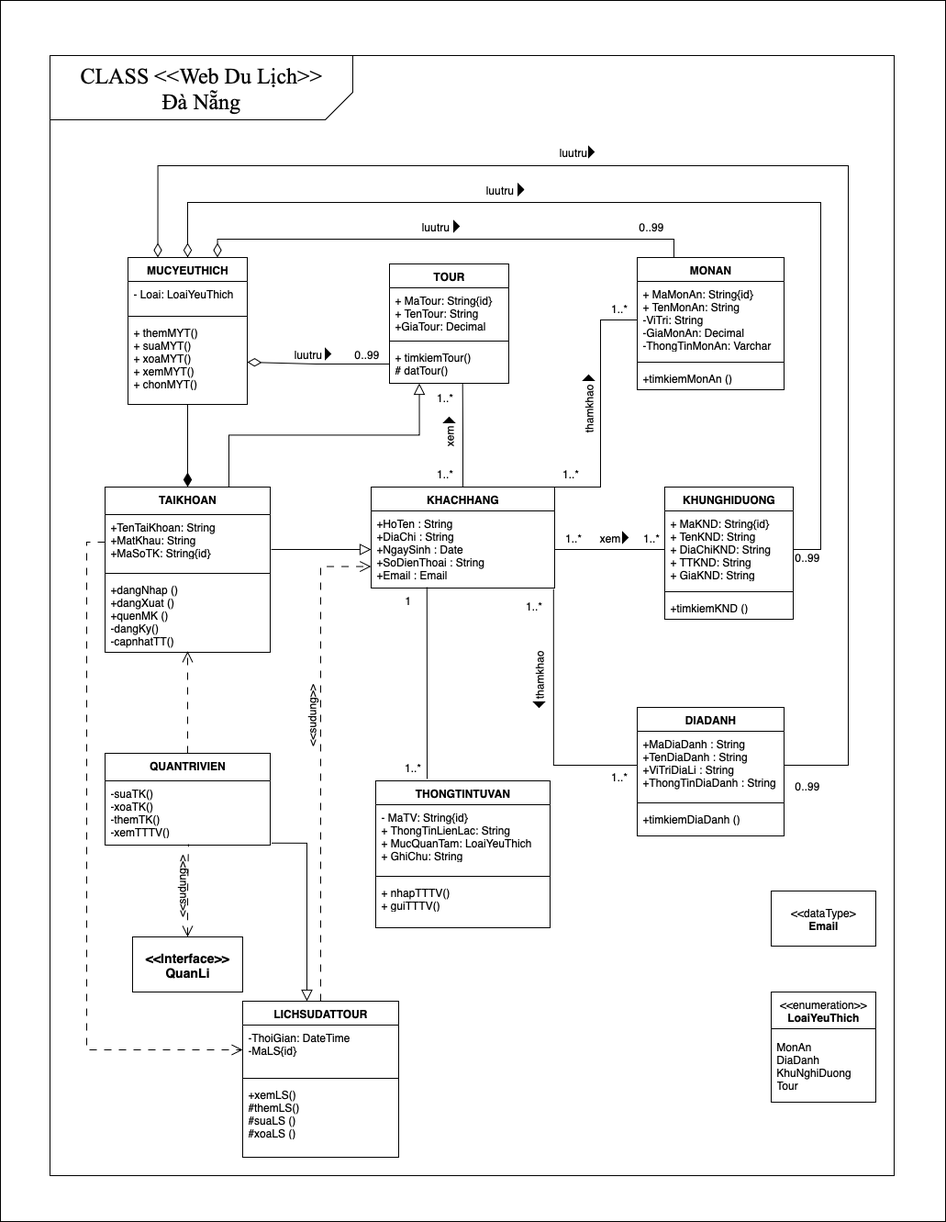
Above: CLASS DIAGRAM.drawio.png in MinhCaoPC/DOAN (draw.io), before the change. Source tidied: cells renumbered, new cells last; positions are measured from the earlier drawing's top-left corner, leaving out a move shared by most shapes.
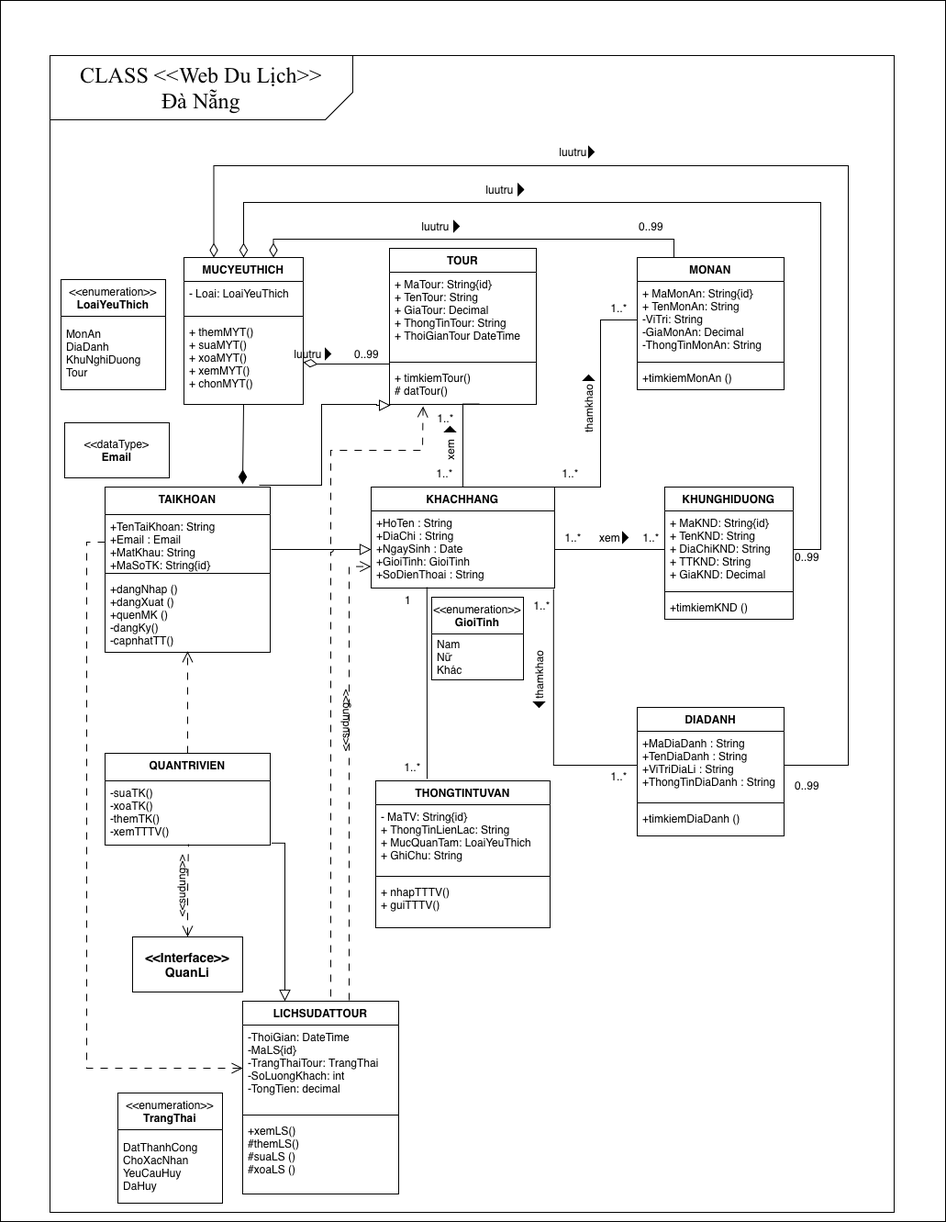
After the commit.

What changed in the source:
```diff
@@ -8,9 +8,16 @@
     <mxCell id="3" style="rounded=0;whiteSpace=wrap;html=1;" parent="1" vertex="1">
-      <mxGeometry x="54" y="60" width="920" height="1220" as="geometry" />
+      <mxGeometry x="54" y="60" width="920" height="1260" as="geometry" />
     </mxCell>
-    <mxCell id="4" style="edgeStyle=orthogonalEdgeStyle;rounded=0;jettySize=auto;html=1;exitX=0.5;exitY=0;exitDx=0;exitDy=0;entryX=0.5;entryY=1;entryDx=0;entryDy=0;endArrow=none;endFill=0;endSize=10;startArrow=diamondThin;startFill=1;startSize=13;" parent="1" edge="1" source="6" target="31">
+    <mxCell id="4" style="rounded=0;jettySize=auto;html=1;exitX=0.833;exitY=-0.017;exitDx=0;exitDy=0;entryX=0.5;entryY=1;entryDx=0;entryDy=0;endArrow=none;endFill=0;endSize=10;startArrow=diamondThin;startFill=1;startSize=13;exitPerimeter=0;" parent="1" edge="1" source="6" target="31">
       <mxGeometry relative="1" as="geometry" />
     </mxCell>
-    <mxCell id="5" style="edgeStyle=orthogonalEdgeStyle;rounded=0;jettySize=auto;html=1;exitX=0.75;exitY=0;exitDx=0;exitDy=0;entryX=0.25;entryY=1;entryDx=0;entryDy=0;endArrow=block;endFill=0;endSize=10;" parent="1" edge="1" source="6" target="35">
-      <mxGeometry relative="1" as="geometry" />
+    <mxCell id="5" style="edgeStyle=orthogonalEdgeStyle;rounded=0;jettySize=auto;html=1;exitX=0.933;exitY=-0.011;exitDx=0;exitDy=0;entryX=0.007;entryY=1.024;entryDx=0;entryDy=0;endArrow=block;endFill=0;endSize=10;exitPerimeter=0;entryPerimeter=0;" parent="1" edge="1" source="6" target="38">
+      <mxGeometry relative="1" as="geometry">
+        <Array as="points">
+          <mxPoint x="350" y="528" />
+          <mxPoint x="350" y="440" />
+          <mxPoint x="410" y="440" />
+          <mxPoint x="410" y="441" />
+        </Array>
+      </mxGeometry>
     </mxCell>
@@ -19,3 +26,3 @@
     </mxCell>
-    <mxCell id="7" value="&lt;div&gt;+TenTaiKhoan: String&lt;div&gt;+MatKhau: String&lt;/div&gt;&lt;div&gt;+MaSoTK: String{id}&lt;/div&gt;&lt;/div&gt;" style="text;strokeColor=none;fillColor=none;align=left;verticalAlign=top;spacingLeft=4;spacingRight=4;overflow=hidden;points=[[0,0.5],[1,0.5]];portConstraint=eastwest;whiteSpace=wrap;html=1;" parent="6" vertex="1">
+    <mxCell id="7" value="&lt;div&gt;+TenTaiKhoan: String&lt;/div&gt;&lt;div&gt;+Email : Email&lt;br&gt;&lt;div&gt;+MatKhau: String&lt;/div&gt;&lt;div&gt;+MaSoTK: String{id}&lt;/div&gt;&lt;/div&gt;" style="text;strokeColor=none;fillColor=none;align=left;verticalAlign=top;spacingLeft=4;spacingRight=4;overflow=hidden;points=[[0,0.5],[1,0.5]];portConstraint=eastwest;whiteSpace=wrap;html=1;" parent="6" vertex="1">
       <mxGeometry y="30" width="180" height="60" as="geometry" />
@@ -51,3 +58,3 @@
     </mxCell>
-    <mxCell id="16" value="+HoTen : String&lt;div&gt;+DiaChi : String&lt;/div&gt;&lt;div&gt;+NgaySinh : Date&lt;/div&gt;&lt;div&gt;+SoDienThoai : String&lt;/div&gt;&lt;div&gt;&lt;span style=&quot;background-color: transparent; color: light-dark(rgb(0, 0, 0), rgb(255, 255, 255));&quot;&gt;+Email : Email&lt;/span&gt;&lt;/div&gt;" style="text;strokeColor=none;fillColor=none;align=left;verticalAlign=top;spacingLeft=4;spacingRight=4;overflow=hidden;points=[[0,0.5],[1,0.5]];portConstraint=eastwest;whiteSpace=wrap;html=1;" parent="15" vertex="1">
+    <mxCell id="16" value="+HoTen : String&lt;div&gt;+DiaChi : String&lt;/div&gt;&lt;div&gt;+NgaySinh : Date&lt;/div&gt;&lt;div&gt;+GioiTinh: GioiTinh&lt;/div&gt;&lt;div&gt;+SoDienThoai : String&lt;/div&gt;&lt;div&gt;&lt;br&gt;&lt;/div&gt;" style="text;strokeColor=none;fillColor=none;align=left;verticalAlign=top;spacingLeft=4;spacingRight=4;overflow=hidden;points=[[0,0.5],[1,0.5]];portConstraint=eastwest;whiteSpace=wrap;html=1;" parent="15" vertex="1">
       <mxGeometry y="26" width="200" height="84" as="geometry" />
@@ -57,3 +64,3 @@
     </mxCell>
-    <mxCell id="18" value="+ MaKND: String{id}&lt;div&gt;+ TenKND: String&lt;/div&gt;&lt;div&gt;+ DiaChiKND: String&amp;nbsp;&lt;/div&gt;&lt;div&gt;+ TTKND: String&lt;/div&gt;&lt;div&gt;+ GiaKND: String&amp;nbsp;&lt;/div&gt;" style="text;strokeColor=none;fillColor=none;align=left;verticalAlign=top;spacingLeft=4;spacingRight=4;overflow=hidden;points=[[0,0.5],[1,0.5]];portConstraint=eastwest;whiteSpace=wrap;html=1;" parent="17" vertex="1">
+    <mxCell id="18" value="+ MaKND: String{id}&lt;div&gt;+ TenKND: String&lt;/div&gt;&lt;div&gt;+ DiaChiKND: String&amp;nbsp;&lt;/div&gt;&lt;div&gt;+ TTKND: String&lt;/div&gt;&lt;div&gt;+ GiaKND: Decimal&amp;nbsp;&lt;/div&gt;" style="text;strokeColor=none;fillColor=none;align=left;verticalAlign=top;spacingLeft=4;spacingRight=4;overflow=hidden;points=[[0,0.5],[1,0.5]];portConstraint=eastwest;whiteSpace=wrap;html=1;" parent="17" vertex="1">
       <mxGeometry y="26" width="140" height="84" as="geometry" />
@@ -81,3 +88,3 @@
     </mxCell>
-    <mxCell id="26" value="+ MaMonAn: String{id}&lt;div&gt;+ TenMonAn: String&lt;/div&gt;&lt;div&gt;-ViTri: String&lt;/div&gt;&lt;div&gt;-GiaMonAn: Decimal&lt;/div&gt;&lt;div&gt;-ThongTinMonAn: Varchar&lt;/div&gt;" style="text;strokeColor=none;fillColor=none;align=left;verticalAlign=top;spacingLeft=4;spacingRight=4;overflow=hidden;points=[[0,0.5],[1,0.5]];portConstraint=eastwest;whiteSpace=wrap;html=1;" parent="25" vertex="1">
+    <mxCell id="26" value="+ MaMonAn: String{id}&lt;div&gt;+ TenMonAn: String&lt;/div&gt;&lt;div&gt;-ViTri: String&lt;/div&gt;&lt;div&gt;-GiaMonAn: Decimal&lt;/div&gt;&lt;div&gt;-ThongTinMonAn: String&lt;/div&gt;" style="text;strokeColor=none;fillColor=none;align=left;verticalAlign=top;spacingLeft=4;spacingRight=4;overflow=hidden;points=[[0,0.5],[1,0.5]];portConstraint=eastwest;whiteSpace=wrap;html=1;" parent="25" vertex="1">
       <mxGeometry y="26" width="160" height="84" as="geometry" />
@@ -93,3 +100,3 @@
         <Array as="points">
-          <mxPoint x="204" y="220" />
+          <mxPoint x="265" y="220" />
           <mxPoint x="894" y="220" />
@@ -102,3 +109,3 @@
         <Array as="points">
-          <mxPoint x="172" y="180" />
+          <mxPoint x="233" y="180" />
           <mxPoint x="924" y="180" />
@@ -109,3 +116,3 @@
     <mxCell id="31" value="MUCYEUTHICH" style="swimlane;fontStyle=1;align=center;verticalAlign=top;horizontal=1;startSize=26;whiteSpace=wrap;html=1;" parent="1" vertex="1">
-      <mxGeometry x="139" y="280" width="130" height="160" as="geometry" />
+      <mxGeometry x="200" y="280" width="130" height="160" as="geometry" />
     </mxCell>
@@ -121,24 +128,24 @@
     <mxCell id="35" value="TOUR" style="swimlane;fontStyle=1;align=center;verticalAlign=top;horizontal=1;startSize=26;whiteSpace=wrap;html=1;" parent="1" vertex="1">
-      <mxGeometry x="424" y="287" width="130" height="130" as="geometry" />
+      <mxGeometry x="424" y="270" width="160" height="170" as="geometry" />
     </mxCell>
-    <mxCell id="36" value="+ MaTour: String{id}&lt;div&gt;+ TenTour: String&lt;/div&gt;&lt;div&gt;+GiaTour: Decimal&lt;/div&gt;" style="text;strokeColor=none;fillColor=none;align=left;verticalAlign=top;spacingLeft=4;spacingRight=4;overflow=hidden;whiteSpace=wrap;html=1;" parent="35" vertex="1">
-      <mxGeometry y="26" width="130" height="54" as="geometry" />
+    <mxCell id="36" value="+ MaTour: String{id}&lt;div&gt;+ TenTour: String&lt;/div&gt;&lt;div&gt;+ GiaTour: Decimal&lt;/div&gt;&lt;div&gt;+ ThongTinTour: String&lt;/div&gt;&lt;div&gt;+ ThoiGianTour DateTime&lt;/div&gt;&lt;div&gt;&lt;br&gt;&lt;/div&gt;" style="text;strokeColor=none;fillColor=none;align=left;verticalAlign=top;spacingLeft=4;spacingRight=4;overflow=hidden;whiteSpace=wrap;html=1;" parent="35" vertex="1">
+      <mxGeometry y="26" width="160" height="94" as="geometry" />
     </mxCell>
     <mxCell id="37" style="line;strokeWidth=1;fillColor=none;align=left;verticalAlign=middle;spacingTop=-1;spacingLeft=3;spacingRight=3;labelPosition=right;strokeColor=inherit;" parent="35" vertex="1">
-      <mxGeometry y="80" width="130" height="8" as="geometry" />
+      <mxGeometry y="120" width="160" height="8" as="geometry" />
     </mxCell>
     <mxCell id="38" value="+ timkiemTour()&lt;div&gt;# datTour()&lt;/div&gt;" style="text;strokeColor=none;fillColor=none;align=left;verticalAlign=top;spacingLeft=4;spacingRight=4;overflow=hidden;points=[[0,0.5],[1,0.5]];portConstraint=eastwest;whiteSpace=wrap;html=1;" parent="35" vertex="1">
-      <mxGeometry y="88" width="130" height="42" as="geometry" />
+      <mxGeometry y="128" width="160" height="42" as="geometry" />
     </mxCell>
     <mxCell id="39" value="LICHSUDATTOUR" style="swimlane;fontStyle=1;align=center;verticalAlign=top;horizontal=1;startSize=26;whiteSpace=wrap;html=1;" parent="1" vertex="1">
-      <mxGeometry x="264" y="1090" width="170" height="170" as="geometry" />
+      <mxGeometry x="264" y="1090" width="170" height="210" as="geometry" />
     </mxCell>
-    <mxCell id="40" value="-ThoiGian: DateTime&lt;br&gt;&lt;div&gt;-MaLS{id}&lt;/div&gt;" style="text;strokeColor=none;fillColor=none;align=left;verticalAlign=top;spacingLeft=4;spacingRight=4;overflow=hidden;points=[[0,0.5],[1,0.5]];portConstraint=eastwest;whiteSpace=wrap;html=1;" parent="39" vertex="1">
-      <mxGeometry y="26" width="170" height="54" as="geometry" />
+    <mxCell id="40" value="-ThoiGian: DateTime&lt;br&gt;&lt;div&gt;-MaLS{id}&lt;/div&gt;&lt;div&gt;-TrangThaiTour: TrangThai&lt;/div&gt;&lt;div&gt;-SoLuongKhach: int&lt;/div&gt;&lt;div&gt;-TongTien: decimal&lt;/div&gt;&lt;div&gt;&lt;br&gt;&lt;/div&gt;&lt;div&gt;&lt;br&gt;&lt;/div&gt;" style="text;strokeColor=none;fillColor=none;align=left;verticalAlign=top;spacingLeft=4;spacingRight=4;overflow=hidden;points=[[0,0.5],[1,0.5]];portConstraint=eastwest;whiteSpace=wrap;html=1;" parent="39" vertex="1">
+      <mxGeometry y="26" width="170" height="94" as="geometry" />
     </mxCell>
     <mxCell id="41" style="line;strokeWidth=1;fillColor=none;align=left;verticalAlign=middle;spacingTop=-1;spacingLeft=3;spacingRight=3;labelPosition=right;strokeColor=inherit;" parent="39" vertex="1">
-      <mxGeometry y="80" width="170" height="8" as="geometry" />
+      <mxGeometry y="120" width="170" height="8" as="geometry" />
     </mxCell>
     <mxCell id="42" value="&lt;div&gt;+xemLS()&lt;/div&gt;#themLS()&lt;div&gt;#suaLS ()&lt;/div&gt;&lt;div&gt;#xoaLS ()&lt;/div&gt;" style="text;strokeColor=none;fillColor=none;align=left;verticalAlign=top;spacingLeft=4;spacingRight=4;overflow=hidden;whiteSpace=wrap;html=1;" parent="39" vertex="1">
-      <mxGeometry y="88" width="170" height="82" as="geometry" />
+      <mxGeometry y="128" width="170" height="82" as="geometry" />
     </mxCell>
@@ -167,3 +174,7 @@
     <mxCell id="48" style="edgeStyle=orthogonalEdgeStyle;rounded=0;jettySize=auto;html=1;exitX=0.5;exitY=0;exitDx=0;exitDy=0;entryX=0.613;entryY=0.99;entryDx=0;entryDy=0;entryPerimeter=0;endArrow=none;endFill=0;" parent="1" edge="1" source="15" target="38">
-      <mxGeometry relative="1" as="geometry" />
+      <mxGeometry relative="1" as="geometry">
+        <Array as="points">
+          <mxPoint x="504" y="440" />
+        </Array>
+      </mxGeometry>
     </mxCell>
@@ -179,3 +190,3 @@
     </mxCell>
-    <mxCell id="51" style="rounded=0;jettySize=auto;html=1;exitX=1;exitY=0.5;exitDx=0;exitDy=0;entryX=0;entryY=0.5;entryDx=0;entryDy=0;endArrow=none;endFill=0;startArrow=diamondThin;startFill=0;startSize=13;endSize=5;" parent="1" edge="1" source="34" target="38">
+    <mxCell id="51" style="rounded=0;jettySize=auto;html=1;exitX=1;exitY=0.5;exitDx=0;exitDy=0;entryX=-0.002;entryY=-0.048;entryDx=0;entryDy=0;endArrow=none;endFill=0;startArrow=diamondThin;startFill=0;startSize=13;endSize=5;entryPerimeter=0;" parent="1" edge="1" source="34" target="38">
       <mxGeometry relative="1" as="geometry">
@@ -188,6 +199,6 @@
       <mxGeometry relative="1" as="geometry">
-        <mxPoint x="334" y="1090" as="targetPoint" />
+        <mxPoint x="310" y="1090" as="targetPoint" />
         <Array as="points">
-          <mxPoint x="334" y="918" />
-          <mxPoint x="334" y="1090" />
+          <mxPoint x="310" y="918" />
+          <mxPoint x="310" y="1090" />
         </Array>
@@ -208,3 +219,8 @@
     <mxCell id="57" style="edgeStyle=orthogonalEdgeStyle;rounded=0;jettySize=auto;html=1;exitX=0.5;exitY=0;exitDx=0;exitDy=0;entryX=-0.001;entryY=0.721;entryDx=0;entryDy=0;entryPerimeter=0;endArrow=open;endFill=0;dashed=1;dashPattern=8 8;endSize=10;" parent="1" edge="1" source="39" target="16">
-      <mxGeometry relative="1" as="geometry" />
+      <mxGeometry relative="1" as="geometry">
+        <Array as="points">
+          <mxPoint x="380" y="1090" />
+          <mxPoint x="380" y="617" />
+        </Array>
+      </mxGeometry>
     </mxCell>
@@ -216,3 +232,3 @@
         <Array as="points">
-          <mxPoint x="237" y="260" />
+          <mxPoint x="298" y="260" />
           <mxPoint x="734" y="260" />
@@ -270,9 +286,9 @@
     <mxCell id="76" value="1..*" style="text;html=1;align=center;verticalAlign=middle;strokeColor=none;fillColor=none;" parent="1" vertex="1">
-      <mxGeometry x="464" y="417" width="40" height="30" as="geometry" />
+      <mxGeometry x="465" y="440" width="40" height="30" as="geometry" />
     </mxCell>
     <mxCell id="77" value="xem" style="text;html=1;align=center;verticalAlign=middle;strokeColor=none;fillColor=none;rotation=270;" parent="1" vertex="1">
-      <mxGeometry x="464" y="460" width="50" height="30" as="geometry" />
+      <mxGeometry x="465" y="475" width="50" height="30" as="geometry" />
     </mxCell>
     <mxCell id="78" style="triangle;fillColor=strokeColor;direction=north;" parent="1" vertex="1">
-      <mxGeometry x="483" y="454" width="12" height="6" as="geometry" />
+      <mxGeometry x="484" y="464" width="12" height="6" as="geometry" />
     </mxCell>
@@ -309,6 +325,6 @@
     <mxCell id="89" value="&amp;lt;&amp;lt;sudung&amp;gt;&amp;gt;" style="text;html=1;align=center;verticalAlign=middle;strokeColor=none;fillColor=none;rotation=270;" parent="1" vertex="1">
-      <mxGeometry x="294" y="764" width="90" height="30" as="geometry" />
+      <mxGeometry x="330" y="770" width="90" height="30" as="geometry" />
     </mxCell>
     <mxCell id="90" value="1..*" style="text;html=1;align=center;verticalAlign=middle;strokeColor=none;fillColor=none;" parent="1" vertex="1">
-      <mxGeometry x="561" y="644" width="40" height="30" as="geometry" />
+      <mxGeometry x="570" y="644" width="40" height="30" as="geometry" />
     </mxCell>
@@ -321,3 +337,3 @@
     <mxCell id="93" value="&amp;lt;&amp;lt;enumeration&amp;gt;&amp;gt;&lt;br&gt;&lt;b&gt;LoaiYeuThich&lt;/b&gt;" style="swimlane;fontStyle=0;align=center;verticalAlign=top;horizontal=1;startSize=40;html=1;whiteSpace=wrap;" parent="1" vertex="1">
-      <mxGeometry x="840" y="1080" width="114" height="120" as="geometry" />
+      <mxGeometry x="66" y="304" width="114" height="120" as="geometry" />
     </mxCell>
@@ -327,4 +343,27 @@
     <mxCell id="95" value="&amp;lt;&amp;lt;dataType&amp;gt;&lt;br&gt;&lt;b&gt;Email&lt;/b&gt;" style="html=1;align=center;verticalAlign=middle;dashed=0;whiteSpace=wrap;" parent="1" vertex="1">
-      <mxGeometry x="840" y="970" width="114" height="60" as="geometry" />
+      <mxGeometry x="70" y="460" width="114" height="60" as="geometry" />
     </mxCell>
+    <mxCell id="96" style="edgeStyle=orthogonalEdgeStyle;rounded=0;jettySize=auto;html=1;exitX=0.5;exitY=0;exitDx=0;exitDy=0;entryX=0.229;entryY=1.048;entryDx=0;entryDy=0;entryPerimeter=0;dashed=1;dashPattern=8 8;endArrow=open;endFill=0;endSize=10;curved=0;jumpStyle=arc;" parent="1" edge="1" source="39" target="38">
+      <mxGeometry relative="1" as="geometry">
+        <Array as="points">
+          <mxPoint x="360" y="1090" />
+          <mxPoint x="360" y="490" />
+          <mxPoint x="460" y="490" />
+          <mxPoint x="460" y="460" />
+          <mxPoint x="461" y="460" />
+        </Array>
+      </mxGeometry>
+    </mxCell>
+    <mxCell id="97" value="&amp;lt;&amp;lt;enumeration&amp;gt;&amp;gt;&lt;br&gt;&lt;b&gt;TrangThai&lt;/b&gt;" style="swimlane;fontStyle=0;align=center;verticalAlign=top;horizontal=1;startSize=40;html=1;whiteSpace=wrap;" parent="1" vertex="1">
+      <mxGeometry x="128" y="1190" width="114" height="120" as="geometry" />
+    </mxCell>
+    <mxCell id="98" value="DatThanhCong&lt;div&gt;ChoXacNhan&lt;/div&gt;&lt;div&gt;YeuCauHuy&lt;/div&gt;&lt;div&gt;DaHuy&lt;/div&gt;" style="text;html=1;strokeColor=none;fillColor=none;align=left;verticalAlign=middle;spacingLeft=4;spacingRight=4;overflow=hidden;whiteSpace=wrap;" parent="97" vertex="1">
+      <mxGeometry y="40" width="114" height="80" as="geometry" />
+    </mxCell>
+    <mxCell id="99" value="&amp;lt;&amp;lt;enumeration&amp;gt;&amp;gt;&lt;br&gt;&lt;b&gt;GioiTinh&lt;/b&gt;" style="swimlane;fontStyle=0;align=center;verticalAlign=top;horizontal=1;startSize=40;html=1;whiteSpace=wrap;" parent="1" vertex="1">
+      <mxGeometry x="470" y="650" width="100" height="90" as="geometry" />
+    </mxCell>
+    <mxCell id="100" value="Nam&lt;div&gt;Nữ&lt;/div&gt;&lt;div&gt;Khác&lt;/div&gt;" style="text;html=1;strokeColor=none;fillColor=none;align=left;verticalAlign=middle;spacingLeft=4;spacingRight=4;overflow=hidden;whiteSpace=wrap;" parent="99" vertex="1">
+      <mxGeometry y="40" width="100" height="50" as="geometry" />
+    </mxCell>
   </root>
```
